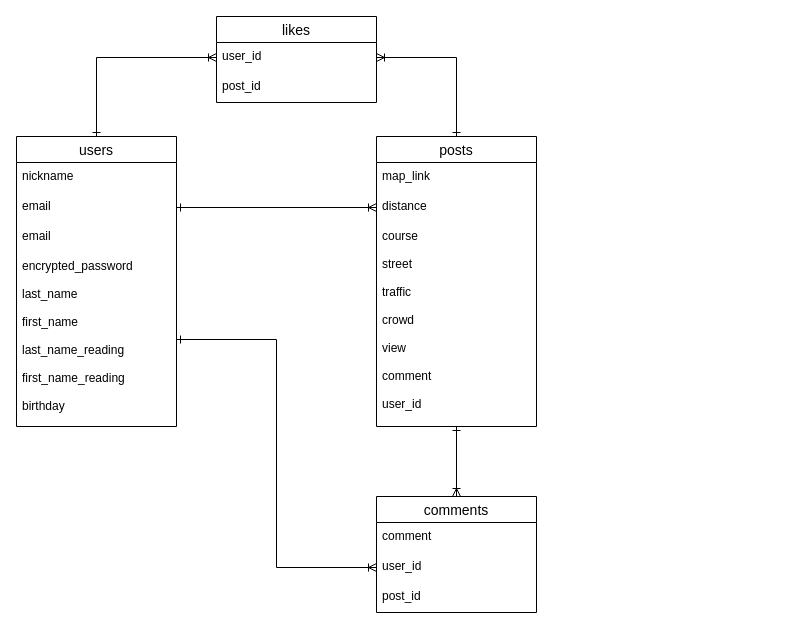
This is ER.dio from wakame-se/run-share, a draw.io file, before an edit. Source tidied: cells renumbered, new cells numbered last; positions are measured from the earlier drawing's top-left corner, leaving out a move shared by most shapes. Both pictures are drawn from the tidied source at 100%, with x=0, y=0 at pixel (16, 16).
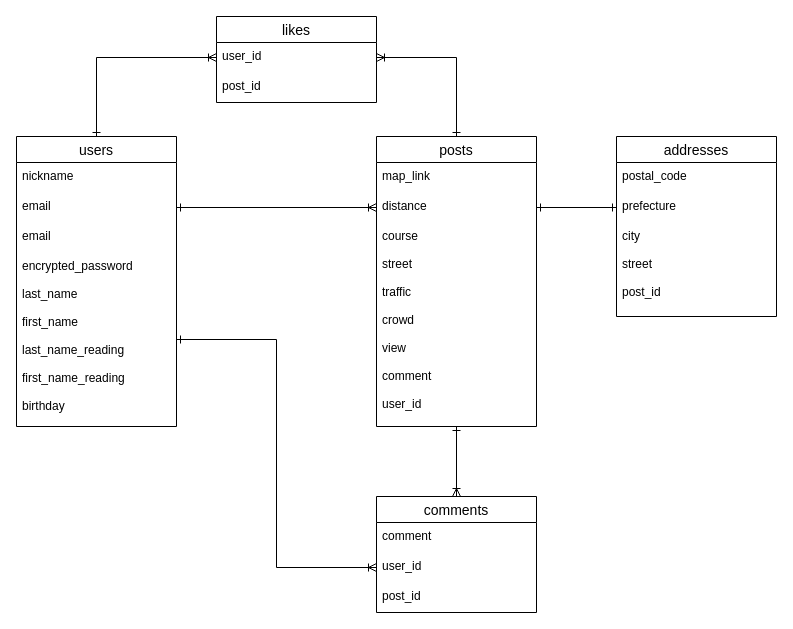
After the change.

The change refers to these unchanged cells:
```xml
<mxCell id="11" value="distance" style="text;strokeColor=none;fillColor=none;spacingLeft=4;spacingRight=4;overflow=hidden;points=[[0,0.5],[1,0.5]];portConstraint=eastwest;fontSize=12;" parent="9" vertex="1">
  <mxGeometry y="56" width="160" height="30" as="geometry" />
</mxCell>
```

The edit, as a diff of the source:
```diff
@@
+    <mxCell id="23" value="addresses" style="swimlane;fontStyle=0;horizontal=1;startSize=26;align=center;fontSize=14;" parent="1" vertex="1">
+      <mxGeometry x="600" y="120" width="160" height="180" as="geometry" />
+    </mxCell>
+    <mxCell id="24" value="postal_code" style="text;strokeColor=none;fillColor=none;spacingLeft=4;spacingRight=4;overflow=hidden;fontSize=12;" parent="23" vertex="1">
+      <mxGeometry y="26" width="160" height="30" as="geometry" />
+    </mxCell>
+    <mxCell id="25" value="prefecture" style="text;strokeColor=none;fillColor=none;spacingLeft=4;spacingRight=4;overflow=hidden;points=[[0,0.5],[1,0.5]];portConstraint=eastwest;fontSize=12;" parent="23" vertex="1">
+      <mxGeometry y="56" width="160" height="30" as="geometry" />
+    </mxCell>
+    <mxCell id="26" value="city&#10;&#10;street&#10;&#10;post_id" style="text;strokeColor=none;fillColor=none;spacingLeft=4;spacingRight=4;overflow=hidden;fontSize=12;" parent="23" vertex="1">
+      <mxGeometry y="86" width="160" height="94" as="geometry" />
+    </mxCell>
+    <mxCell id="27" style="edgeStyle=orthogonalEdgeStyle;rounded=0;jettySize=auto;html=1;exitX=1;exitY=0.5;exitDx=0;exitDy=0;entryX=0;entryY=0.5;entryDx=0;entryDy=0;endArrow=ERone;endFill=0;startArrow=ERone;startFill=0;" parent="1" edge="1" source="11" target="25">
+      <mxGeometry relative="1" as="geometry" />
+    </mxCell>
```
